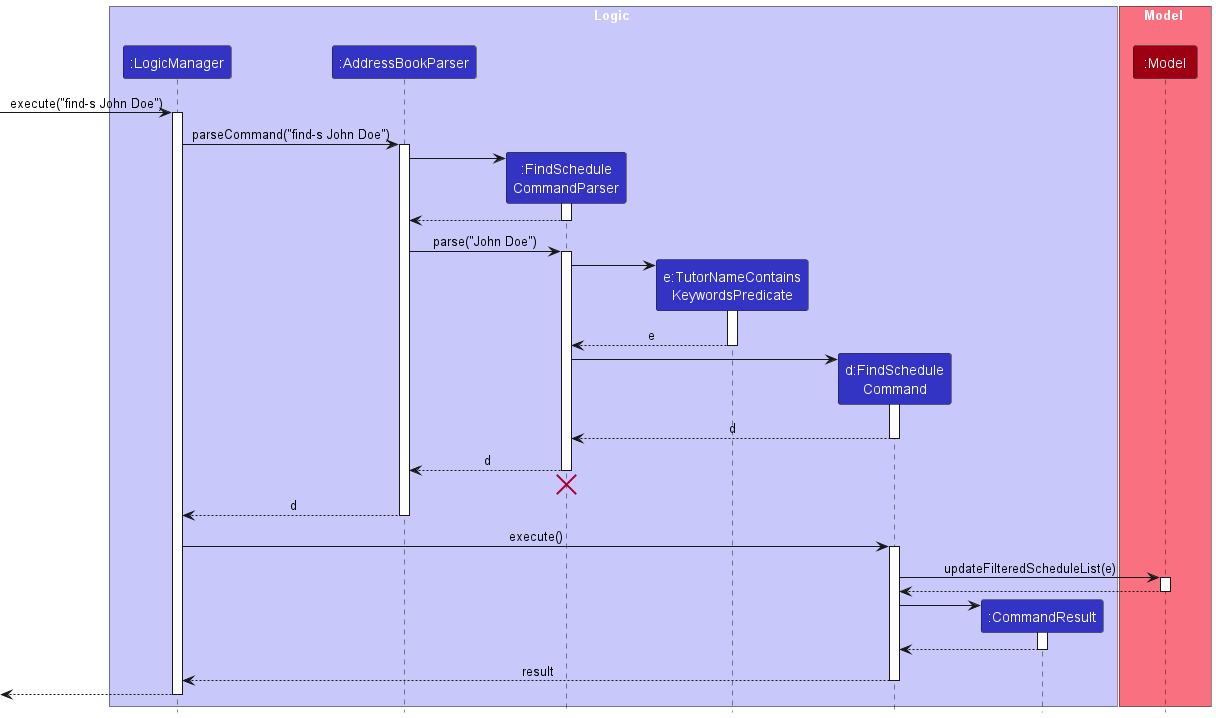
nus-cs2103-AY2324S1/tp keeps this PlantUML diagram as docs/images/FindScheduleSequenceDiagram.png. Above is the earlier version.
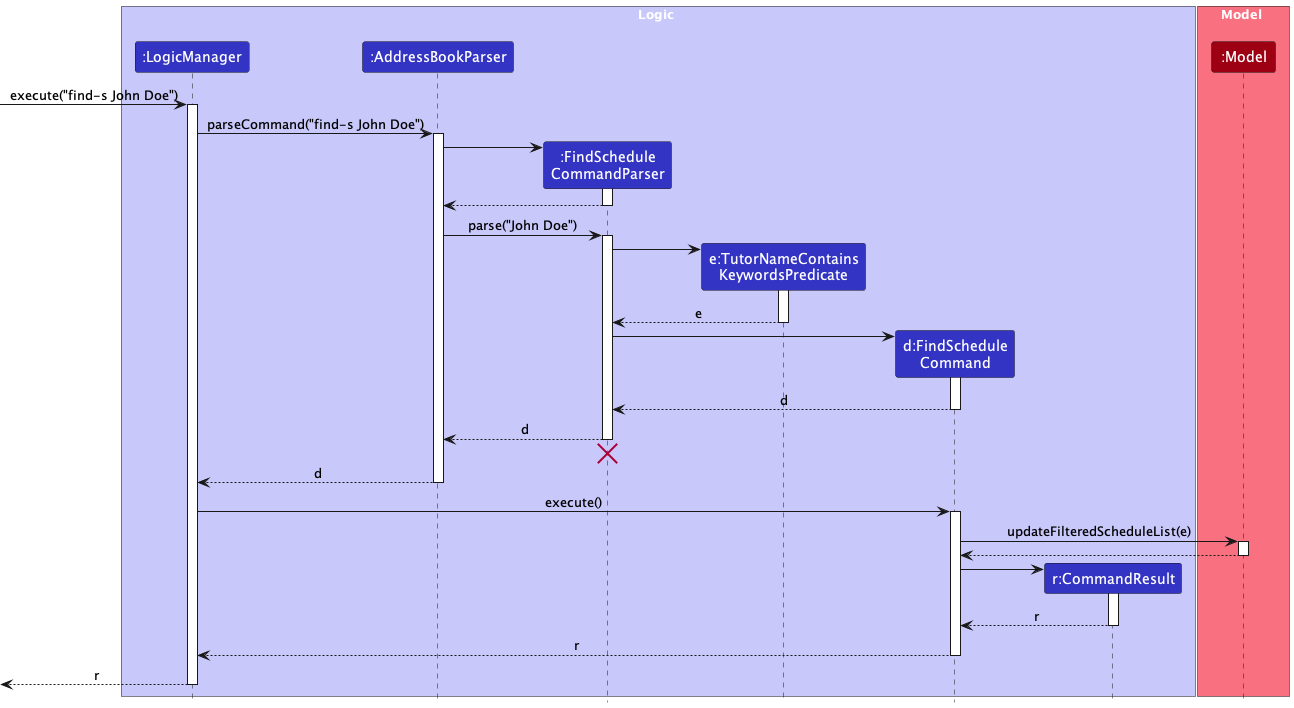
After the change.

Commit message:
Update sequence diagrams in DG

What changed in the source:
```diff
@@ -8,7 +8,7 @@
 participant ":FindSchedule\nCommandParser" as FindScheduleCommandParser LOGIC_COLOR
 participant "e:TutorNameContains\nKeywordsPredicate" as TutorNameContainsKeywordsPredicate LOGIC_COLOR
 participant "d:FindSchedule\nCommand" as FindScheduleCommand LOGIC_COLOR
-participant ":CommandResult" as CommandResult LOGIC_COLOR
+participant "r:CommandResult" as CommandResult LOGIC_COLOR
 end box
 
 box Model MODEL_COLOR_T1
@@ -65,12 +65,12 @@
 FindScheduleCommand -> CommandResult
 activate CommandResult
 
-CommandResult --> FindScheduleCommand
+CommandResult --> FindScheduleCommand : r
 deactivate CommandResult
 
-FindScheduleCommand --> LogicManager : result
+FindScheduleCommand --> LogicManager : r
 deactivate FindScheduleCommand
 
-[<--LogicManager
+[<--LogicManager : r
 deactivate LogicManager
 @enduml
```
